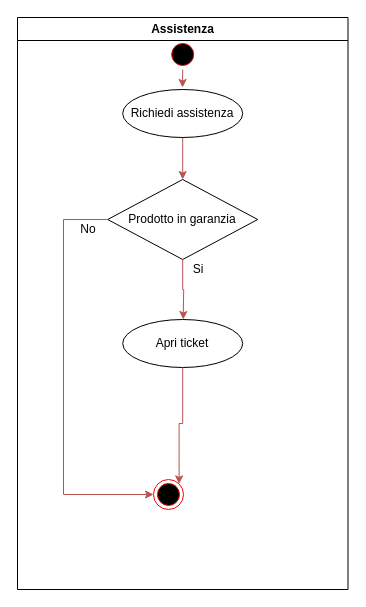
The draw.io diagram documentazioneRAD/ActivityDiagram/nuovi/NC09-Activity diagram proposed-Assistenza.drawio in Ciro-Fusco/NewDM, before the edit. Source tidied: cells renumbered, new cells numbered last; positions are measured from the earlier drawing's top-left corner, leaving out a move shared by most shapes. Both pictures are drawn from the tidied source at 100%, with x=0, y=0 at pixel (17, 17).
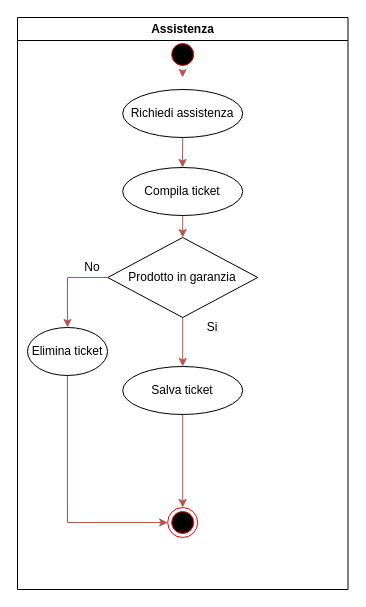
The same diagram, later.

Commit message (it also covers changes not shown here):
Modifiche activity diagram

The change refers to these unchanged cells:
```xml
<mxCell id="2" value="Assistenza" style="swimlane;whiteSpace=wrap;startSize=23;" parent="1" vertex="1">
  <mxGeometry width="330.5" height="572" as="geometry" />
</mxCell>
<mxCell id="4" value="Richiedi assistenza" style="ellipse;whiteSpace=wrap;html=1;" parent="2" vertex="1">
  <mxGeometry x="105.2" y="72" width="120" height="48" as="geometry" />
</mxCell>
<mxCell id="12" style="ellipse;shape=startState;fillColor=#000000;strokeColor=#ff0000;" parent="2" vertex="1">
  <mxGeometry x="150.2" y="22" width="30" height="30" as="geometry" />
</mxCell>
```

Change to the diagram source:
```diff
@@
-    <mxCell id="3" style="edgeStyle=orthogonalEdgeStyle;rounded=0;jettySize=auto;html=1;exitX=0.5;exitY=1;exitDx=0;exitDy=0;entryX=0.5;entryY=0;entryDx=0;entryDy=0;fillColor=#f8cecc;strokeColor=#b85450;" parent="2" edge="1" source="4" target="5">
-      <mxGeometry relative="1" as="geometry" />
+    <mxCell id="3" style="edgeStyle=orthogonalEdgeStyle;rounded=0;jettySize=auto;html=1;exitX=0.5;exitY=1;exitDx=0;exitDy=0;fillColor=#f8cecc;strokeColor=#b85450;" parent="2" edge="1" source="4">
+      <mxGeometry relative="1" as="geometry">
+        <mxPoint x="165" y="150" as="targetPoint" />
+      </mxGeometry>
     </mxCell>
@@
+    <mxCell id="15" style="edgeStyle=orthogonalEdgeStyle;rounded=0;jettySize=auto;html=1;exitX=0.5;exitY=1;exitDx=0;exitDy=0;fillColor=#f8cecc;strokeColor=#b85450;" parent="2" edge="1" source="5" target="6">
+      <mxGeometry relative="1" as="geometry" />
+    </mxCell>
     <mxCell id="5" value="Prodotto in garanzia" style="rhombus;whiteSpace=wrap;html=1;" parent="2" vertex="1">
-      <mxGeometry x="90.2" y="162" width="150" height="80" as="geometry" />
+      <mxGeometry x="90.2" y="220" width="150" height="80" as="geometry" />
     </mxCell>
+    <mxCell id="11" style="edgeStyle=orthogonalEdgeStyle;rounded=0;jettySize=auto;html=1;exitX=0.5;exitY=1;exitDx=0;exitDy=0;entryX=0.5;entryY=0;entryDx=0;entryDy=0;fillColor=#f8cecc;strokeColor=#b85450;" parent="2" edge="1" source="6" target="7">
+      <mxGeometry relative="1" as="geometry" />
+    </mxCell>
-    <mxCell id="6" value="Apri ticket" style="ellipse;whiteSpace=wrap;html=1;" parent="2" vertex="1">
-      <mxGeometry x="105.2" y="302" width="120" height="48" as="geometry" />
+    <mxCell id="6" value="Salva ticket" style="ellipse;whiteSpace=wrap;html=1;" parent="2" vertex="1">
+      <mxGeometry x="105.2" y="349" width="120" height="48" as="geometry" />
     </mxCell>
     <mxCell id="7" style="ellipse;shape=endState;fillColor=#000000;strokeColor=#ff0000;" parent="2" vertex="1">
-      <mxGeometry x="136" y="462" width="30" height="30" as="geometry" />
+      <mxGeometry x="150.2" y="490" width="30" height="30" as="geometry" />
     </mxCell>
-    <mxCell id="8" style="edgeStyle=orthogonalEdgeStyle;rounded=0;jettySize=auto;html=1;exitX=0;exitY=0.5;exitDx=0;exitDy=0;fillColor=#f8cecc;strokeColor=#b85450;entryX=0;entryY=0.5;entryDx=0;entryDy=0;" parent="2" edge="1" source="5" target="7">
-      <mxGeometry relative="1" as="geometry">
-        <Array as="points">
-          <mxPoint x="46" y="202" />
-          <mxPoint x="46" y="477" />
-        </Array>
-      </mxGeometry>
-    </mxCell>
     <mxCell id="9" value="Si" style="text;html=1;strokeColor=none;fillColor=none;align=center;verticalAlign=middle;whiteSpace=wrap;rounded=0;shadow=0;" parent="2" vertex="1">
-      <mxGeometry x="166" y="242" width="30" height="20" as="geometry" />
+      <mxGeometry x="180.2" y="300" width="30" height="20" as="geometry" />
     </mxCell>
+    <mxCell id="16" style="edgeStyle=orthogonalEdgeStyle;rounded=0;jettySize=auto;html=1;exitX=1;exitY=1;exitDx=0;exitDy=0;entryX=0.5;entryY=0;entryDx=0;entryDy=0;fillColor=#f8cecc;strokeColor=#b85450;" parent="2" edge="1" source="10" target="20">
+      <mxGeometry relative="1" as="geometry">
+        <Array as="points">
+          <mxPoint x="50" y="260" />
+        </Array>
+      </mxGeometry>
+    </mxCell>
     <mxCell id="10" value="No" style="text;html=1;strokeColor=none;fillColor=none;align=center;verticalAlign=middle;whiteSpace=wrap;rounded=0;shadow=0;" parent="2" vertex="1">
-      <mxGeometry x="56" y="202" width="30" height="20" as="geometry" />
+      <mxGeometry x="60" y="240" width="30" height="20" as="geometry" />
     </mxCell>
-    <mxCell id="11" style="edgeStyle=orthogonalEdgeStyle;rounded=0;jettySize=auto;html=1;exitX=0.5;exitY=1;exitDx=0;exitDy=0;fillColor=#f8cecc;strokeColor=#b85450;entryX=1;entryY=0;entryDx=0;entryDy=0;" parent="2" edge="1" source="6" target="7">
-      <mxGeometry relative="1" as="geometry" />
-    </mxCell>
@@
-    <mxCell id="13" style="edgeStyle=orthogonalEdgeStyle;rounded=0;jettySize=auto;html=1;exitX=0.5;exitY=1;exitDx=0;exitDy=0;fillColor=#f8cecc;strokeColor=#b85450;" parent="1" edge="1" source="5">
-      <mxGeometry relative="1" as="geometry">
-        <mxPoint x="165.7" y="302" as="targetPoint" />
-      </mxGeometry>
-    </mxCell>
+    <mxCell id="17" style="edgeStyle=orthogonalEdgeStyle;rounded=0;jettySize=auto;html=1;exitX=0.5;exitY=1;exitDx=0;exitDy=0;entryX=0.5;entryY=0;entryDx=0;entryDy=0;fillColor=#f8cecc;strokeColor=#b85450;" parent="2" edge="1" source="18" target="5">
+      <mxGeometry relative="1" as="geometry" />
+    </mxCell>
+    <mxCell id="18" value="Compila ticket" style="ellipse;whiteSpace=wrap;html=1;" parent="2" vertex="1">
+      <mxGeometry x="105.2" y="150" width="120" height="48" as="geometry" />
+    </mxCell>
+    <mxCell id="19" style="edgeStyle=orthogonalEdgeStyle;rounded=0;jettySize=auto;html=1;exitX=0.5;exitY=1;exitDx=0;exitDy=0;entryX=0;entryY=0.5;entryDx=0;entryDy=0;fillColor=#f8cecc;strokeColor=#b85450;" parent="2" edge="1" source="20" target="7">
+      <mxGeometry relative="1" as="geometry" />
+    </mxCell>
+    <mxCell id="20" value="Elimina ticket" style="ellipse;whiteSpace=wrap;html=1;" parent="2" vertex="1">
+      <mxGeometry x="10" y="310" width="80" height="48" as="geometry" />
+    </mxCell>
     <mxCell id="14" style="edgeStyle=orthogonalEdgeStyle;rounded=0;jettySize=auto;html=1;exitX=0.5;exitY=1;exitDx=0;exitDy=0;fillColor=#f8cecc;strokeColor=#b85450;" parent="1" edge="1" source="12">
       <mxGeometry relative="1" as="geometry">
-        <mxPoint x="165" y="70" as="targetPoint" />
+        <mxPoint x="165" y="60" as="targetPoint" />
       </mxGeometry>
     </mxCell>
```
